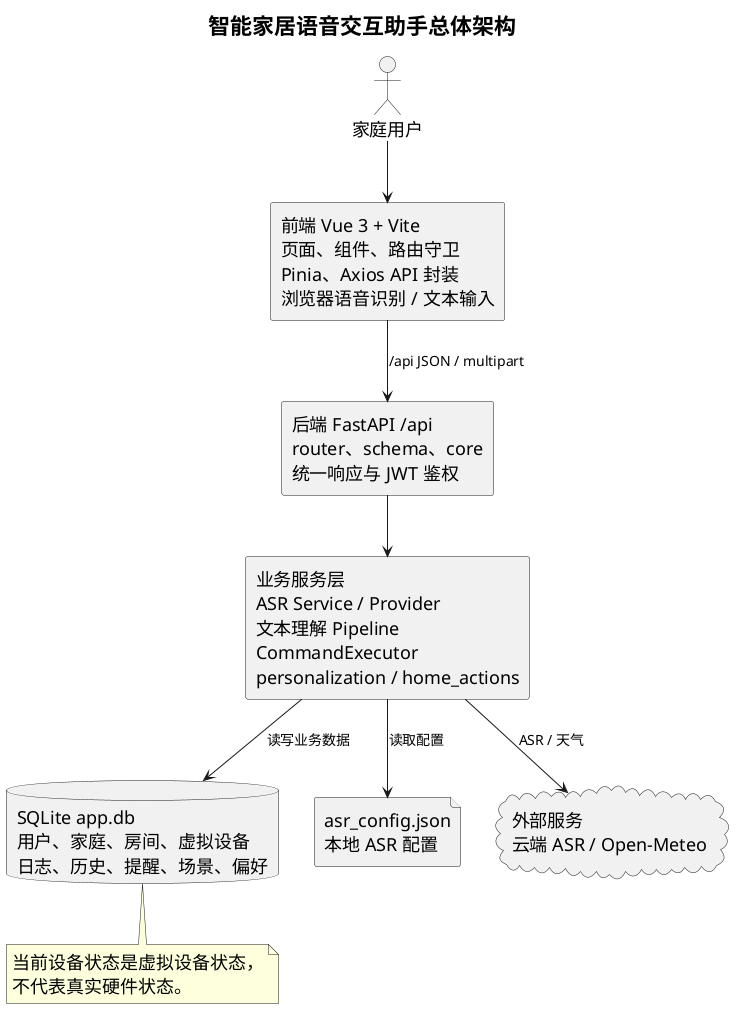
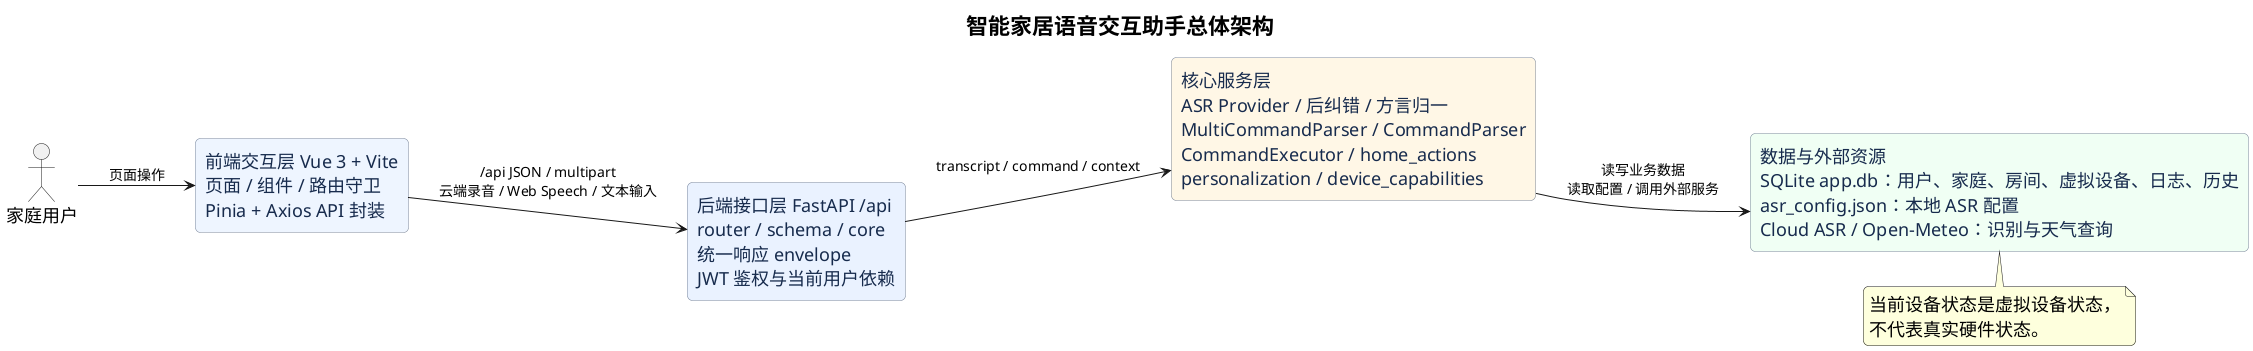
@startuml
title 智能家居语音交互助手总体架构
- top to bottom direction
+ left to right direction
skinparam componentStyle rectangle
skinparam packageStyle rectangle
skinparam shadowing false
skinparam defaultFontSize 18
skinparam titleFontSize 22
skinparam ArrowFontSize 14
skinparam packageFontSize 18
+ skinparam roundcorner 10
+ skinparam rectangle {
+   BorderColor #7A869A
+   FontColor #172B4D
+ }

actor "家庭用户" as User

- rectangle "前端 Vue 3 + Vite\n页面、组件、路由守卫\nPinia、Axios API 封装\n浏览器语音识别 / 文本输入" as FE
- rectangle "后端 FastAPI /api\nrouter、schema、core\n统一响应与 JWT 鉴权" as API
- rectangle "业务服务层\nASR Service / Provider\n文本理解 Pipeline\nCommandExecutor\npersonalization / home_actions" as Service
- database "SQLite app.db\n用户、家庭、房间、虚拟设备\n日志、历史、提醒、场景、偏好" as DB
- file "asr_config.json\n本地 ASR 配置" as ASRConfig
- cloud "外部服务\n云端 ASR / Open-Meteo" as External
+ rectangle "前端交互层 Vue 3 + Vite\n页面 / 组件 / 路由守卫\nPinia + Axios API 封装" as FE #EEF5FF

- User --> FE
- FE --> API : /api JSON / multipart
- API --> Service
- Service --> DB : 读写业务数据
- Service --> ASRConfig : 读取配置
- Service --> External : ASR / 天气
+ rectangle "后端接口层 FastAPI /api\nrouter / schema / core\n统一响应 envelope\nJWT 鉴权与当前用户依赖" as API #EAF2FF

- note bottom of DB
+ rectangle "核心服务层\nASR Provider / 后纠错 / 方言归一\nMultiCommandParser / CommandParser\nCommandExecutor / home_actions\npersonalization / device_capabilities" as Service #FFF7E6
+ 
+ rectangle "数据与外部资源\nSQLite app.db：用户、家庭、房间、虚拟设备、日志、历史\nasr_config.json：本地 ASR 配置\nCloud ASR / Open-Meteo：识别与天气查询" as Resources #F0FFF4
+ 
+ User --> FE : 页面操作
+ FE --> API : /api JSON / multipart\n云端录音 / Web Speech / 文本输入
+ API --> Service : transcript / command / context
+ Service --> Resources : 读写业务数据\n读取配置 / 调用外部服务
+ 
+ FE -[hidden]down-> Service
+ API -[hidden]down-> Resources
+ Service -[hidden]right-> Resources
+ 
+ note bottom of Resources
  当前设备状态是虚拟设备状态，
  不代表真实硬件状态。
end note
@enduml
